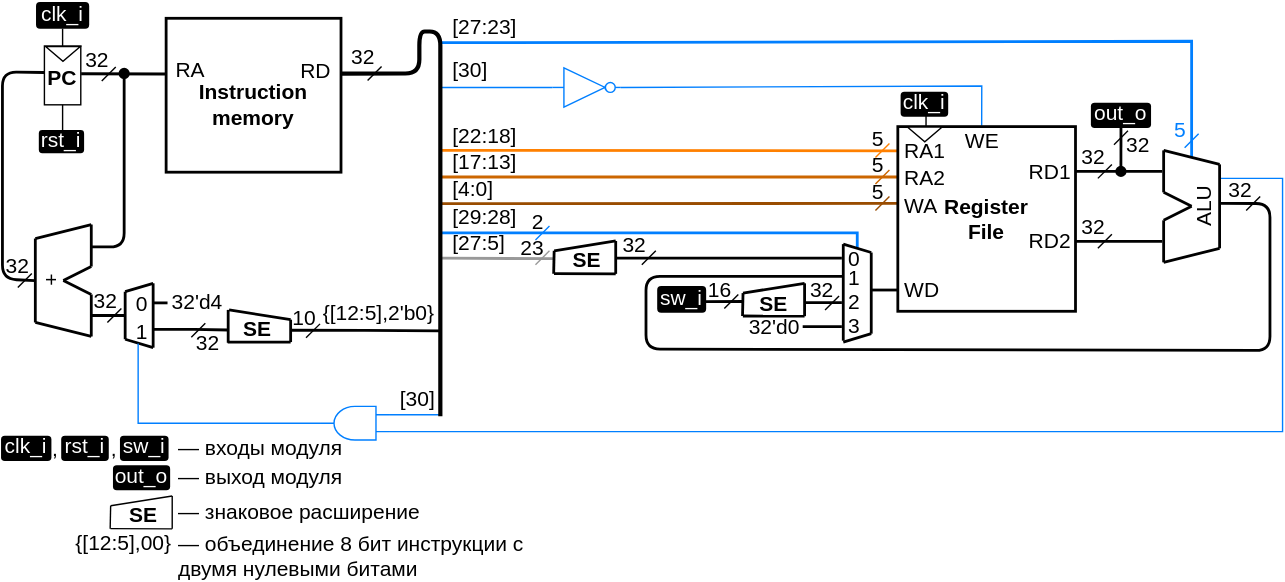
Before: .pic/Labs/lab_04_cybercobra/ppd_4.drawio.svg, a diagram exported from draw.io (MPSU/APS). Source tidied: cells renumbered, new cells last; positions are measured from the earlier drawing's top-left corner, leaving out a move shared by most shapes.
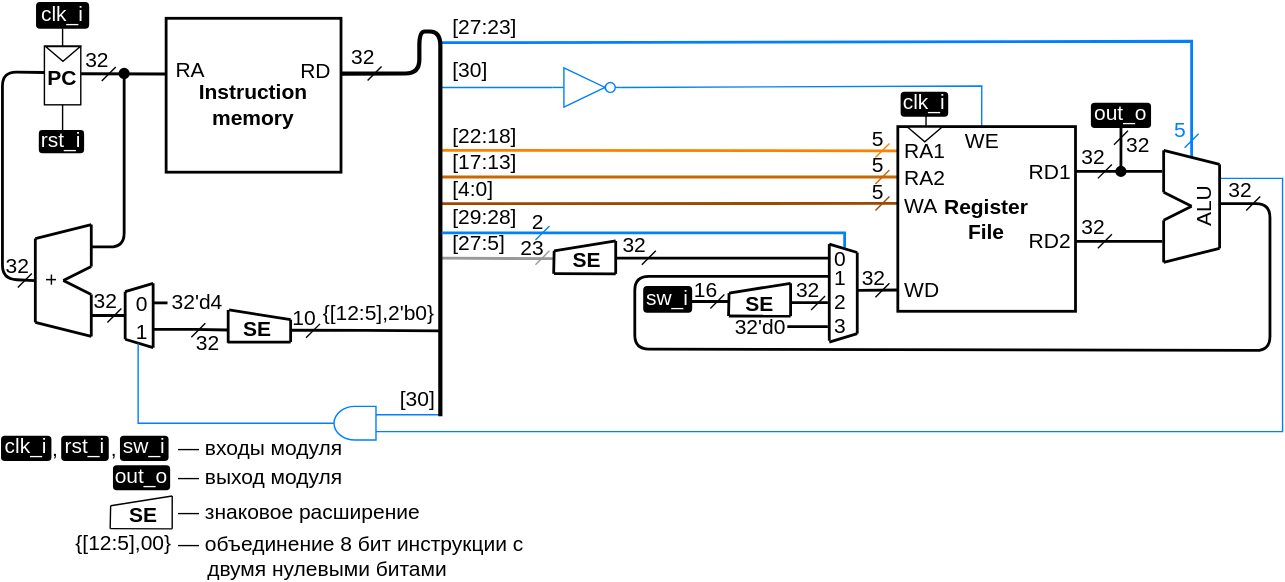
The same diagram one commit later.

Change to the diagram source:
```diff
@@ -10,11 +10,2 @@
     </mxCell>
-    <mxCell id="3" style="endArrow=none;html=1;rounded=0;strokeColor=#007FFF;fontSize=15;fontColor=#000000;startSize=6;endSize=6;comic=0;jiggle=0.5;strokeWidth=2;" parent="1" edge="1">
-      <mxGeometry relative="1" as="geometry">
-        <mxPoint x="315" y="165" as="sourcePoint" />
-        <mxPoint x="612" y="176" as="targetPoint" />
-        <Array as="points">
-          <mxPoint x="612" y="165" />
-        </Array>
-      </mxGeometry>
-    </mxCell>
     <mxCell id="4" style="endArrow=none;html=1;rounded=0;comic=0;strokeColor=#FF8000;fontSize=15;fontColor=#000000;startSize=6;endSize=6;jiggle=0.5;entryX=0.001;entryY=0.154;entryDx=0;entryDy=0;entryPerimeter=0;strokeWidth=2;" parent="1" edge="1">
@@ -96,8 +87,2 @@
     </mxCell>
-    <mxCell id="22" style="endArrow=none;html=1;rounded=0;comic=0;strokeColor=#000000;fontSize=15;fontColor=#000000;startSize=6;endSize=6;jiggle=0.5;strokeWidth=2;" parent="1" edge="1">
-      <mxGeometry relative="1" as="geometry">
-        <mxPoint x="622" y="205.8" as="sourcePoint" />
-        <mxPoint x="641" y="205.8" as="targetPoint" />
-      </mxGeometry>
-    </mxCell>
     <mxCell id="23" value="32'd4" style="text;html=1;strokeColor=none;fillColor=none;align=center;verticalAlign=middle;whiteSpace=wrap;rounded=0;fontSize=15;fontColor=#000000;comic=0;jiggle=0.5;" parent="1" vertex="1">
@@ -158,13 +143,2 @@
     </mxCell>
-    <mxCell id="32" style="endArrow=none;html=1;rounded=1;comic=0;strokeColor=#000000;fontSize=15;fontColor=#000000;startSize=6;endSize=6;jiggle=0.5;strokeWidth=2;entryX=0.535;entryY=0.913;entryDx=0;entryDy=0;entryPerimeter=0;" parent="1" edge="1" target="8">
-      <mxGeometry relative="1" as="geometry">
-        <mxPoint x="602" y="196" as="sourcePoint" />
-        <Array as="points">
-          <mxPoint x="461" y="196" />
-          <mxPoint x="461" y="248" />
-          <mxPoint x="907" y="249" />
-          <mxPoint x="907" y="144" />
-        </Array>
-      </mxGeometry>
-    </mxCell>
     <mxCell id="33" style="endArrow=none;html=1;rounded=0;comic=0;jiggle=0.5;fontSize=15;" parent="1" edge="1">
@@ -268,38 +242,2 @@
     </mxCell>
-    <mxCell id="54" value="2" style="text;html=1;strokeColor=none;fillColor=none;align=center;verticalAlign=middle;whiteSpace=wrap;rounded=0;fontSize=15;fontColor=#000000;comic=0;jiggle=0.5;" parent="1" vertex="1">
-      <mxGeometry x="605" y="209" width="10" height="10" as="geometry" />
-    </mxCell>
-    <mxCell id="55" value="1" style="text;html=1;strokeColor=none;fillColor=none;align=center;verticalAlign=middle;whiteSpace=wrap;rounded=0;fontSize=15;fontColor=#000000;comic=0;jiggle=0.5;" parent="1" vertex="1">
-      <mxGeometry x="605" y="192" width="10" height="10" as="geometry" />
-    </mxCell>
-    <mxCell id="56" style="endArrow=none;html=1;rounded=0;strokeColor=#000000;fontSize=15;fontColor=#000000;startSize=6;endSize=6;comic=0;jiggle=0.5;strokeWidth=2;" parent="1" edge="1">
-      <mxGeometry relative="1" as="geometry">
-        <mxPoint x="440" y="183" as="sourcePoint" />
-        <mxPoint x="601" y="183" as="targetPoint" />
-      </mxGeometry>
-    </mxCell>
-    <mxCell id="57" style="endArrow=none;html=1;rounded=0;strokeColor=#000000;fontSize=15;fontColor=#B3B3B3;startSize=6;endSize=6;comic=0;jiggle=0.5;strokeWidth=2;" parent="1" edge="1">
-      <mxGeometry relative="1" as="geometry">
-        <mxPoint x="602" y="243" as="sourcePoint" />
-        <mxPoint x="622" y="237" as="targetPoint" />
-      </mxGeometry>
-    </mxCell>
-    <mxCell id="58" style="endArrow=none;html=1;rounded=0;strokeColor=#000000;fontSize=15;fontColor=#B3B3B3;startSize=6;endSize=6;comic=0;jiggle=0.5;strokeWidth=2;" parent="1" edge="1">
-      <mxGeometry relative="1" as="geometry">
-        <mxPoint x="602" y="173" as="sourcePoint" />
-        <mxPoint x="622" y="179" as="targetPoint" />
-      </mxGeometry>
-    </mxCell>
-    <mxCell id="59" style="endArrow=none;html=1;rounded=0;strokeColor=#000000;fontSize=15;fontColor=#B3B3B3;startSize=6;endSize=6;comic=0;jiggle=0.5;strokeWidth=2;" parent="1" edge="1">
-      <mxGeometry relative="1" as="geometry">
-        <mxPoint x="602" y="242" as="sourcePoint" />
-        <mxPoint x="602" y="173" as="targetPoint" />
-      </mxGeometry>
-    </mxCell>
-    <mxCell id="60" style="endArrow=none;html=1;rounded=0;strokeColor=#000000;fontSize=15;fontColor=#B3B3B3;startSize=6;endSize=6;comic=0;jiggle=0.5;strokeWidth=2;" parent="1" edge="1">
-      <mxGeometry relative="1" as="geometry">
-        <mxPoint x="622" y="237" as="sourcePoint" />
-        <mxPoint x="622" y="179" as="targetPoint" />
-      </mxGeometry>
-    </mxCell>
     <mxCell id="61" style="endArrow=none;html=1;rounded=0;strokeColor=#999999;fontSize=15;fontColor=#000000;startSize=6;endSize=6;entryX=-0.007;entryY=0.465;entryDx=0;entryDy=0;comic=0;jiggle=0.5;strokeWidth=2;entryPerimeter=0;" parent="1" edge="1" target="105">
@@ -327,8 +265,2 @@
     </mxCell>
-    <mxCell id="66" value="0" style="text;html=1;strokeColor=none;fillColor=none;align=center;verticalAlign=middle;whiteSpace=wrap;rounded=0;fontSize=15;fontColor=#000000;comic=0;jiggle=0.5;" parent="1" vertex="1">
-      <mxGeometry x="605" y="178" width="10" height="10" as="geometry" />
-    </mxCell>
-    <mxCell id="67" value="&lt;font color=&quot;#ffffff&quot; style=&quot;font-size: 15px;&quot;&gt;sw_i&lt;/font&gt;" style="text;html=1;strokeColor=none;fillColor=#000000;align=center;verticalAlign=middle;whiteSpace=wrap;rounded=1;fontSize=15;fontColor=#000000;comic=0;jiggle=0.5;spacingBottom=4;spacingTop=1;" parent="1" vertex="1">
-      <mxGeometry x="469" y="203" width="35" height="19" as="geometry" />
-    </mxCell>
     <mxCell id="68" style="edgeStyle=orthogonalEdgeStyle;rounded=0;orthogonalLoop=1;jettySize=auto;html=1;exitX=0;exitY=0.25;exitDx=0;exitDy=0;exitPerimeter=0;endArrow=none;endFill=0;strokeColor=#007FFF;fontSize=15;" parent="1" edge="1">
@@ -431,63 +363,2 @@
     </mxCell>
-    <mxCell id="87" style="group;comic=0;fontSize=15;" parent="1" vertex="1">
-      <mxGeometry x="468" y="206" width="58" height="25.2" as="geometry" />
-    </mxCell>
-    <mxCell id="88" style="group;fontSize=15;" parent="87" vertex="1">
-      <mxGeometry x="62" y="-5" width="44.4" height="23.5" as="geometry" />
-    </mxCell>
-    <mxCell id="89" style="endArrow=none;html=1;rounded=0;comic=0;strokeColor=#000000;fontSize=15;fontColor=#B3B3B3;startSize=6;endSize=6;jiggle=0.5;exitX=0.076;exitY=0.995;exitDx=0;exitDy=0;exitPerimeter=0;strokeWidth=2;" parent="88" edge="1">
-      <mxGeometry relative="1" as="geometry">
-        <mxPoint y="23.4" as="sourcePoint" />
-        <mxPoint x="0.4" y="7" as="targetPoint" />
-      </mxGeometry>
-    </mxCell>
-    <mxCell id="90" style="endArrow=none;html=1;rounded=0;comic=0;strokeColor=#000000;fontSize=15;fontColor=#B3B3B3;startSize=6;endSize=6;jiggle=0.5;entryX=1;entryY=0;entryDx=0;entryDy=0;strokeWidth=2;" parent="88" edge="1">
-      <mxGeometry relative="1" as="geometry">
-        <mxPoint x="0.4" y="7" as="sourcePoint" />
-        <mxPoint x="44.4" as="targetPoint" />
-      </mxGeometry>
-    </mxCell>
-    <mxCell id="91" style="endArrow=none;html=1;rounded=0;comic=0;strokeColor=#000000;fontSize=15;fontColor=#B3B3B3;startSize=6;endSize=6;jiggle=0.5;entryX=1;entryY=1;entryDx=0;entryDy=0;exitX=0.081;exitY=0.995;exitDx=0;exitDy=0;exitPerimeter=0;strokeWidth=2;" parent="88" edge="1">
-      <mxGeometry relative="1" as="geometry">
-        <mxPoint x="0.2" y="23.4" as="sourcePoint" />
-        <mxPoint x="44.4" y="23.5" as="targetPoint" />
-      </mxGeometry>
-    </mxCell>
-    <mxCell id="92" style="endArrow=none;html=1;rounded=0;comic=0;strokeColor=#000000;fontSize=15;fontColor=#B3B3B3;startSize=6;endSize=6;jiggle=0.5;entryX=1;entryY=0;entryDx=0;entryDy=0;strokeWidth=2;" parent="88" edge="1">
-      <mxGeometry relative="1" as="geometry">
-        <mxPoint x="44.4" y="23.5" as="sourcePoint" />
-        <mxPoint x="44.4" as="targetPoint" />
-      </mxGeometry>
-    </mxCell>
-    <mxCell id="93" style="edgeStyle=orthogonalEdgeStyle;rounded=0;jettySize=auto;html=1;exitX=1;exitY=0.5;exitDx=0;exitDy=0;endArrow=none;endFill=0;fontSize=15;strokeWidth=2;" parent="88" edge="1" source="94">
-      <mxGeometry relative="1" as="geometry">
-        <mxPoint x="71" y="14" as="targetPoint" />
-      </mxGeometry>
-    </mxCell>
-    <mxCell id="94" value="&lt;font style=&quot;font-size: 15px;&quot;&gt;&lt;b style=&quot;font-size: 15px;&quot;&gt;SE&lt;/b&gt;&lt;/font&gt;" style="text;html=1;strokeColor=none;fillColor=none;align=center;verticalAlign=bottom;whiteSpace=wrap;rounded=0;fontSize=15;fontColor=#000000;comic=0;jiggle=0.5;spacing=0;strokeWidth=2;" parent="88" vertex="1">
-      <mxGeometry x="1" y="4" width="43" height="19.5" as="geometry" />
-    </mxCell>
-    <mxCell id="95" style="endArrow=none;html=1;rounded=0;comic=0;jiggle=0.5;fontSize=15;" parent="1" edge="1">
-      <mxGeometry relative="1" as="geometry">
-        <mxPoint x="589" y="220" as="sourcePoint" />
-        <mxPoint x="599" y="210" as="targetPoint" />
-      </mxGeometry>
-    </mxCell>
-    <mxCell id="96" value="32" style="text;html=1;strokeColor=none;fillColor=none;align=center;verticalAlign=middle;whiteSpace=wrap;rounded=0;fontSize=15;fontColor=#000000;comic=0;jiggle=0.5;" parent="1" vertex="1">
-      <mxGeometry x="582" y="200" width="10" height="10" as="geometry" />
-    </mxCell>
-    <mxCell id="97" style="endArrow=none;html=1;rounded=0;exitX=0.969;exitY=0.581;exitDx=0;exitDy=0;exitPerimeter=0;strokeWidth=2;fontSize=15;" parent="1" edge="1" source="67">
-      <mxGeometry relative="1" as="geometry">
-        <mxPoint x="530" y="214" as="targetPoint" />
-      </mxGeometry>
-    </mxCell>
-    <mxCell id="98" style="endArrow=none;html=1;rounded=0;comic=0;jiggle=0.5;fontSize=15;" parent="1" edge="1">
-      <mxGeometry relative="1" as="geometry">
-        <mxPoint x="517" y="219" as="sourcePoint" />
-        <mxPoint x="527" y="209" as="targetPoint" />
-      </mxGeometry>
-    </mxCell>
-    <mxCell id="99" value="16" style="text;html=1;strokeColor=none;fillColor=none;align=center;verticalAlign=middle;whiteSpace=wrap;rounded=0;fontSize=15;fontColor=#000000;comic=0;jiggle=0.5;" parent="1" vertex="1">
-      <mxGeometry x="509" y="200" width="10" height="10" as="geometry" />
-    </mxCell>
     <mxCell id="100" style="group;fontSize=15;" parent="1" vertex="1">
@@ -585,11 +456,2 @@
     </mxCell>
-    <mxCell id="123" style="edgeStyle=orthogonalEdgeStyle;rounded=0;orthogonalLoop=1;jettySize=auto;html=1;exitX=0;exitY=0.5;exitDx=0;exitDy=0;endArrow=none;endFill=0;strokeWidth=2;fontSize=15;" parent="1" edge="1">
-      <mxGeometry relative="1" as="geometry">
-        <mxPoint x="601" y="232" as="sourcePoint" />
-        <mxPoint x="573" y="231" as="targetPoint" />
-      </mxGeometry>
-    </mxCell>
-    <mxCell id="124" value="3" style="text;html=1;strokeColor=none;fillColor=none;align=center;verticalAlign=middle;whiteSpace=wrap;rounded=0;fontSize=15;fontColor=#000000;comic=0;jiggle=0.5;" parent="1" vertex="1">
-      <mxGeometry x="605" y="226" width="10" height="10" as="geometry" />
-    </mxCell>
     <mxCell id="125" value="2" style="text;html=1;strokeColor=none;fillColor=none;align=center;verticalAlign=middle;whiteSpace=wrap;rounded=0;fontSize=15;fontColor=#000000;comic=0;jiggle=0.5;" parent="1" vertex="1">
@@ -597,5 +459,2 @@
     </mxCell>
-    <mxCell id="126" value="32'd0" style="text;html=1;strokeColor=none;fillColor=none;align=center;verticalAlign=middle;whiteSpace=wrap;rounded=0;fontSize=15;fontColor=#000000;comic=0;jiggle=0.5;" parent="1" vertex="1">
-      <mxGeometry x="539" y="227" width="28" height="10" as="geometry" />
-    </mxCell>
     <mxCell id="127" style="edgeStyle=orthogonalEdgeStyle;rounded=0;jettySize=auto;html=1;exitX=0.5;exitY=1;exitDx=0;exitDy=0;endArrow=oval;endFill=1;fontSize=15;strokeWidth=2;" parent="1" edge="1" source="128">
@@ -798,2 +657,150 @@
     </mxCell>
+    <mxCell id="171" style="endArrow=none;html=1;rounded=0;strokeColor=#007FFF;fontSize=15;fontColor=#000000;startSize=6;endSize=6;comic=0;jiggle=0.5;strokeWidth=2;entryX=0.797;entryY=-0.241;entryDx=0;entryDy=0;entryPerimeter=0;" parent="1" edge="1" target="66">
+      <mxGeometry relative="1" as="geometry">
+        <mxPoint x="315" y="165" as="sourcePoint" />
+        <Array as="points">
+          <mxPoint x="603" y="165" />
+        </Array>
+      </mxGeometry>
+    </mxCell>
+    <mxCell id="172" style="endArrow=none;html=1;rounded=0;comic=0;strokeColor=#000000;fontSize=15;fontColor=#000000;startSize=6;endSize=6;jiggle=0.5;strokeWidth=2;" parent="1" edge="1">
+      <mxGeometry relative="1" as="geometry">
+        <mxPoint x="612" y="206" as="sourcePoint" />
+        <mxPoint x="641" y="205.8" as="targetPoint" />
+      </mxGeometry>
+    </mxCell>
+    <mxCell id="173" style="endArrow=none;html=1;rounded=1;comic=0;strokeColor=#000000;fontSize=15;fontColor=#000000;startSize=6;endSize=6;jiggle=0.5;strokeWidth=2;entryX=0.535;entryY=0.913;entryDx=0;entryDy=0;entryPerimeter=0;" parent="1" edge="1">
+      <mxGeometry relative="1" as="geometry">
+        <mxPoint x="592" y="196" as="sourcePoint" />
+        <mxPoint x="871" y="144" as="targetPoint" />
+        <Array as="points">
+          <mxPoint x="453" y="196" />
+          <mxPoint x="453" y="248" />
+          <mxPoint x="907" y="249" />
+          <mxPoint x="907" y="144" />
+        </Array>
+      </mxGeometry>
+    </mxCell>
+    <mxCell id="54" value="2" style="text;html=1;strokeColor=none;fillColor=none;align=center;verticalAlign=middle;whiteSpace=wrap;rounded=0;fontSize=15;fontColor=#000000;comic=0;jiggle=0.5;" parent="1" vertex="1">
+      <mxGeometry x="595" y="209" width="10" height="10" as="geometry" />
+    </mxCell>
+    <mxCell id="55" value="1" style="text;html=1;strokeColor=none;fillColor=none;align=center;verticalAlign=middle;whiteSpace=wrap;rounded=0;fontSize=15;fontColor=#000000;comic=0;jiggle=0.5;" parent="1" vertex="1">
+      <mxGeometry x="595" y="192" width="10" height="10" as="geometry" />
+    </mxCell>
+    <mxCell id="174" style="endArrow=none;html=1;rounded=0;strokeColor=#000000;fontSize=15;fontColor=#000000;startSize=6;endSize=6;comic=0;jiggle=0.5;strokeWidth=2;" parent="1" edge="1">
+      <mxGeometry relative="1" as="geometry">
+        <mxPoint x="440" y="183" as="sourcePoint" />
+        <mxPoint x="592" y="183" as="targetPoint" />
+      </mxGeometry>
+    </mxCell>
+    <mxCell id="175" style="endArrow=none;html=1;rounded=0;strokeColor=#000000;fontSize=15;fontColor=#B3B3B3;startSize=6;endSize=6;comic=0;jiggle=0.5;strokeWidth=2;" parent="1" edge="1">
+      <mxGeometry relative="1" as="geometry">
+        <mxPoint x="592" y="243" as="sourcePoint" />
+        <mxPoint x="612" y="237" as="targetPoint" />
+      </mxGeometry>
+    </mxCell>
+    <mxCell id="176" style="endArrow=none;html=1;rounded=0;strokeColor=#000000;fontSize=15;fontColor=#B3B3B3;startSize=6;endSize=6;comic=0;jiggle=0.5;strokeWidth=2;" parent="1" edge="1">
+      <mxGeometry relative="1" as="geometry">
+        <mxPoint x="592" y="173" as="sourcePoint" />
+        <mxPoint x="612" y="179" as="targetPoint" />
+      </mxGeometry>
+    </mxCell>
+    <mxCell id="177" style="endArrow=none;html=1;rounded=0;strokeColor=#000000;fontSize=15;fontColor=#B3B3B3;startSize=6;endSize=6;comic=0;jiggle=0.5;strokeWidth=2;" parent="1" edge="1">
+      <mxGeometry relative="1" as="geometry">
+        <mxPoint x="592" y="242" as="sourcePoint" />
+        <mxPoint x="592" y="173" as="targetPoint" />
+      </mxGeometry>
+    </mxCell>
+    <mxCell id="178" style="endArrow=none;html=1;rounded=0;strokeColor=#000000;fontSize=15;fontColor=#B3B3B3;startSize=6;endSize=6;comic=0;jiggle=0.5;strokeWidth=2;" parent="1" edge="1">
+      <mxGeometry relative="1" as="geometry">
+        <mxPoint x="612" y="237" as="sourcePoint" />
+        <mxPoint x="612" y="179" as="targetPoint" />
+      </mxGeometry>
+    </mxCell>
+    <mxCell id="66" value="0" style="text;html=1;strokeColor=none;fillColor=none;align=center;verticalAlign=middle;whiteSpace=wrap;rounded=0;fontSize=15;fontColor=#000000;comic=0;jiggle=0.5;" parent="1" vertex="1">
+      <mxGeometry x="595" y="178" width="10" height="10" as="geometry" />
+    </mxCell>
+    <mxCell id="179" style="group;fontSize=15;spacingBottom=1;" parent="1" vertex="1">
+      <mxGeometry x="520" y="201" width="44.4" height="23.5" as="geometry" />
+    </mxCell>
+    <mxCell id="180" style="endArrow=none;html=1;rounded=0;comic=0;strokeColor=#000000;fontSize=15;fontColor=#B3B3B3;startSize=6;endSize=6;jiggle=0.5;exitX=0.076;exitY=0.995;exitDx=0;exitDy=0;exitPerimeter=0;strokeWidth=2;" parent="179" edge="1">
+      <mxGeometry relative="1" as="geometry">
+        <mxPoint y="23.4" as="sourcePoint" />
+        <mxPoint x="0.4" y="7" as="targetPoint" />
+      </mxGeometry>
+    </mxCell>
+    <mxCell id="181" style="endArrow=none;html=1;rounded=0;comic=0;strokeColor=#000000;fontSize=15;fontColor=#B3B3B3;startSize=6;endSize=6;jiggle=0.5;entryX=1;entryY=0;entryDx=0;entryDy=0;strokeWidth=2;" parent="179" edge="1">
+      <mxGeometry relative="1" as="geometry">
+        <mxPoint x="0.4" y="7" as="sourcePoint" />
+        <mxPoint x="44.4" as="targetPoint" />
+      </mxGeometry>
+    </mxCell>
+    <mxCell id="182" style="endArrow=none;html=1;rounded=0;comic=0;strokeColor=#000000;fontSize=15;fontColor=#B3B3B3;startSize=6;endSize=6;jiggle=0.5;entryX=1;entryY=1;entryDx=0;entryDy=0;exitX=0.081;exitY=0.995;exitDx=0;exitDy=0;exitPerimeter=0;strokeWidth=2;" parent="179" edge="1">
+      <mxGeometry relative="1" as="geometry">
+        <mxPoint x="0.2" y="23.4" as="sourcePoint" />
+        <mxPoint x="44.4" y="23.5" as="targetPoint" />
+      </mxGeometry>
+    </mxCell>
+    <mxCell id="183" style="endArrow=none;html=1;rounded=0;comic=0;strokeColor=#000000;fontSize=15;fontColor=#B3B3B3;startSize=6;endSize=6;jiggle=0.5;entryX=1;entryY=0;entryDx=0;entryDy=0;strokeWidth=2;" parent="179" edge="1">
+      <mxGeometry relative="1" as="geometry">
+        <mxPoint x="44.4" y="23.5" as="sourcePoint" />
+        <mxPoint x="44.4" as="targetPoint" />
+      </mxGeometry>
+    </mxCell>
+    <mxCell id="184" style="edgeStyle=orthogonalEdgeStyle;rounded=0;jettySize=auto;html=1;exitX=1;exitY=0.5;exitDx=0;exitDy=0;endArrow=none;endFill=0;fontSize=15;strokeWidth=2;" parent="179" edge="1" source="94">
+      <mxGeometry relative="1" as="geometry">
+        <mxPoint x="71" y="14" as="targetPoint" />
+      </mxGeometry>
+    </mxCell>
+    <mxCell id="94" value="&lt;font style=&quot;font-size: 15px;&quot;&gt;&lt;b style=&quot;font-size: 15px;&quot;&gt;SE&lt;/b&gt;&lt;/font&gt;" style="text;html=1;strokeColor=none;fillColor=none;align=center;verticalAlign=bottom;whiteSpace=wrap;rounded=0;fontSize=15;fontColor=#000000;comic=0;jiggle=0.5;spacing=0;strokeWidth=2;" parent="179" vertex="1">
+      <mxGeometry x="1" y="4" width="43" height="19.5" as="geometry" />
+    </mxCell>
+    <mxCell id="185" style="endArrow=none;html=1;rounded=0;comic=0;jiggle=0.5;fontSize=15;" parent="1" edge="1">
+      <mxGeometry relative="1" as="geometry">
+        <mxPoint x="579" y="220" as="sourcePoint" />
+        <mxPoint x="589" y="210" as="targetPoint" />
+      </mxGeometry>
+    </mxCell>
+    <mxCell id="186" value="32" style="text;html=1;strokeColor=none;fillColor=none;align=center;verticalAlign=middle;whiteSpace=wrap;rounded=0;fontSize=15;fontColor=#000000;comic=0;jiggle=0.5;" parent="1" vertex="1">
+      <mxGeometry x="572" y="200" width="10" height="10" as="geometry" />
+    </mxCell>
+    <mxCell id="187" style="endArrow=none;html=1;rounded=0;exitX=0.969;exitY=0.581;exitDx=0;exitDy=0;exitPerimeter=0;strokeWidth=2;fontSize=15;" parent="1" edge="1">
+      <mxGeometry relative="1" as="geometry">
+        <mxPoint x="493" y="214" as="sourcePoint" />
+        <mxPoint x="520" y="214" as="targetPoint" />
+      </mxGeometry>
+    </mxCell>
+    <mxCell id="188" style="endArrow=none;html=1;rounded=0;comic=0;jiggle=0.5;fontSize=15;" parent="1" edge="1">
+      <mxGeometry relative="1" as="geometry">
+        <mxPoint x="507" y="219" as="sourcePoint" />
+        <mxPoint x="517" y="209" as="targetPoint" />
+      </mxGeometry>
+    </mxCell>
+    <mxCell id="99" value="16" style="text;html=1;strokeColor=none;fillColor=none;align=center;verticalAlign=middle;whiteSpace=wrap;rounded=0;fontSize=15;fontColor=#000000;comic=0;jiggle=0.5;" parent="1" vertex="1">
+      <mxGeometry x="499" y="200" width="10" height="10" as="geometry" />
+    </mxCell>
+    <mxCell id="189" style="edgeStyle=orthogonalEdgeStyle;rounded=0;orthogonalLoop=1;jettySize=auto;html=1;exitX=0;exitY=0.5;exitDx=0;exitDy=0;endArrow=none;endFill=0;strokeWidth=2;fontSize=15;" parent="1" edge="1">
+      <mxGeometry relative="1" as="geometry">
+        <mxPoint x="591" y="232" as="sourcePoint" />
+        <mxPoint x="563" y="231" as="targetPoint" />
+      </mxGeometry>
+    </mxCell>
+    <mxCell id="124" value="3" style="text;html=1;strokeColor=none;fillColor=none;align=center;verticalAlign=middle;whiteSpace=wrap;rounded=0;fontSize=15;fontColor=#000000;comic=0;jiggle=0.5;" parent="1" vertex="1">
+      <mxGeometry x="595" y="226" width="10" height="10" as="geometry" />
+    </mxCell>
+    <mxCell id="126" value="32'd0" style="text;html=1;strokeColor=none;fillColor=none;align=center;verticalAlign=middle;whiteSpace=wrap;rounded=0;fontSize=15;fontColor=#000000;comic=0;jiggle=0.5;" parent="1" vertex="1">
+      <mxGeometry x="529" y="227" width="28" height="10" as="geometry" />
+    </mxCell>
+    <mxCell id="190" style="endArrow=none;html=1;rounded=0;comic=0;jiggle=0.5;fontSize=15;strokeColor=#000000;" parent="1" edge="1">
+      <mxGeometry relative="1" as="geometry">
+        <mxPoint x="625" y="211" as="sourcePoint" />
+        <mxPoint x="635" y="201" as="targetPoint" />
+      </mxGeometry>
+    </mxCell>
+    <mxCell id="191" value="32" style="text;html=1;strokeColor=none;fillColor=none;align=center;verticalAlign=middle;whiteSpace=wrap;rounded=0;fontSize=15;fontColor=#000000;comic=0;jiggle=0.5;" parent="1" vertex="1">
+      <mxGeometry x="619" y="192" width="10" height="10" as="geometry" />
+    </mxCell>
+    <mxCell id="67" value="&lt;font color=&quot;#ffffff&quot; style=&quot;font-size: 15px;&quot;&gt;sw_i&lt;/font&gt;" style="text;html=1;strokeColor=none;fillColor=#000000;align=center;verticalAlign=middle;whiteSpace=wrap;rounded=1;fontSize=15;fontColor=#000000;comic=0;jiggle=0.5;spacingBottom=4;" parent="1" vertex="1">
+      <mxGeometry x="459" y="203" width="35" height="19" as="geometry" />
+    </mxCell>
   </root>
```
